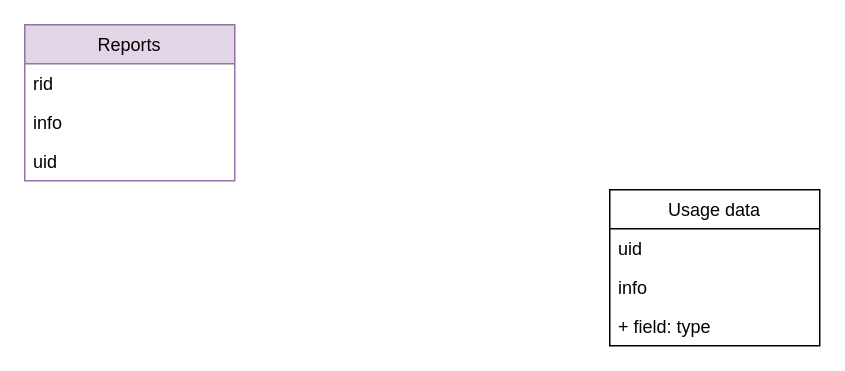
Earlier version of the draw.io diagram Databases.drawio (devmf027/CyberWall). Source tidied: cells renumbered, new cells numbered last; positions are measured from the earlier drawing's top-left corner, leaving out a move shared by most shapes. Both pictures are drawn from the tidied source at 150%, with x=0, y=0 at pixel (24, 24).
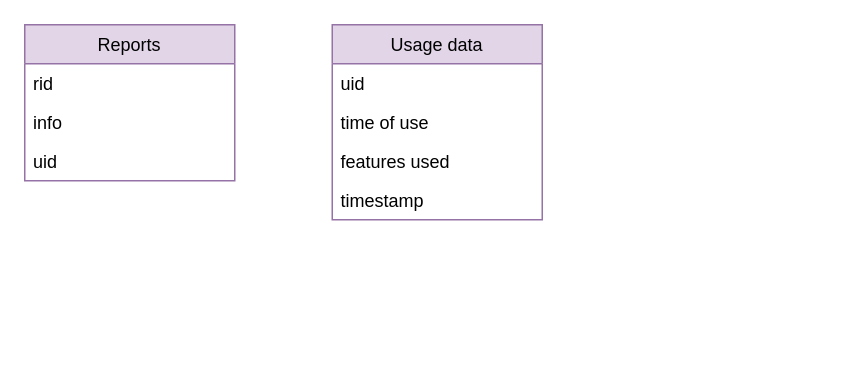
Above is the later version.

What changed in the source:
```diff
@@
 <mxGraphModel>
   <root>
     <mxCell id="0" />
     <mxCell id="1" parent="0" />
     <mxCell id="2" value="Reports" style="swimlane;fontStyle=0;horizontal=1;startSize=26;fillColor=#e1d5e7;strokeColor=#9673a6;" parent="1" vertex="1">
       <mxGeometry width="140" height="104" as="geometry" />
     </mxCell>
     <mxCell id="3" value="rid" style="text;strokeColor=none;fillColor=none;align=left;verticalAlign=top;spacingLeft=4;spacingRight=4;overflow=hidden;" parent="2" vertex="1">
       <mxGeometry y="26" width="140" height="26" as="geometry" />
     </mxCell>
     <mxCell id="4" value="info" style="text;strokeColor=none;fillColor=none;align=left;verticalAlign=top;spacingLeft=4;spacingRight=4;overflow=hidden;" parent="2" vertex="1">
       <mxGeometry y="52" width="140" height="26" as="geometry" />
     </mxCell>
     <mxCell id="5" value="uid" style="text;strokeColor=none;fillColor=none;align=left;verticalAlign=top;spacingLeft=4;spacingRight=4;overflow=hidden;" parent="2" vertex="1">
       <mxGeometry y="78" width="140" height="26" as="geometry" />
     </mxCell>
-    <mxCell id="6" value="Usage data" style="swimlane;fontStyle=0;horizontal=1;startSize=26;fillColor=none;" parent="1" vertex="1">
-      <mxGeometry x="390" y="110" width="140" height="104" as="geometry" />
+    <mxCell id="6" value="Usage data" style="swimlane;fontStyle=0;horizontal=1;startSize=26;fillColor=#e1d5e7;strokeColor=#9673a6;" parent="1" vertex="1">
+      <mxGeometry x="205" width="140" height="130" as="geometry" />
     </mxCell>
     <mxCell id="7" value="uid" style="text;strokeColor=none;fillColor=none;align=left;verticalAlign=top;spacingLeft=4;spacingRight=4;overflow=hidden;" parent="6" vertex="1">
       <mxGeometry y="26" width="140" height="26" as="geometry" />
     </mxCell>
-    <mxCell id="8" value="info" style="text;strokeColor=none;fillColor=none;align=left;verticalAlign=top;spacingLeft=4;spacingRight=4;overflow=hidden;" parent="6" vertex="1">
+    <mxCell id="8" value="time of use" style="text;strokeColor=none;fillColor=none;align=left;verticalAlign=top;spacingLeft=4;spacingRight=4;overflow=hidden;" parent="6" vertex="1">
       <mxGeometry y="52" width="140" height="26" as="geometry" />
     </mxCell>
+    <mxCell id="10" value="features used" style="text;strokeColor=none;fillColor=none;align=left;verticalAlign=top;spacingLeft=4;spacingRight=4;overflow=hidden;" parent="6" vertex="1">
+      <mxGeometry y="78" width="140" height="26" as="geometry" />
+    </mxCell>
-    <mxCell id="9" value="+ field: type" style="text;strokeColor=none;fillColor=none;align=left;verticalAlign=top;spacingLeft=4;spacingRight=4;overflow=hidden;" parent="6" vertex="1">
-      <mxGeometry y="78" width="140" height="26" as="geometry" />
+    <mxCell id="9" value="timestamp" style="text;strokeColor=none;fillColor=none;align=left;verticalAlign=top;spacingLeft=4;spacingRight=4;overflow=hidden;" parent="6" vertex="1">
+      <mxGeometry y="104" width="140" height="26" as="geometry" />
     </mxCell>
   </root>
 </mxGraphModel>
```
